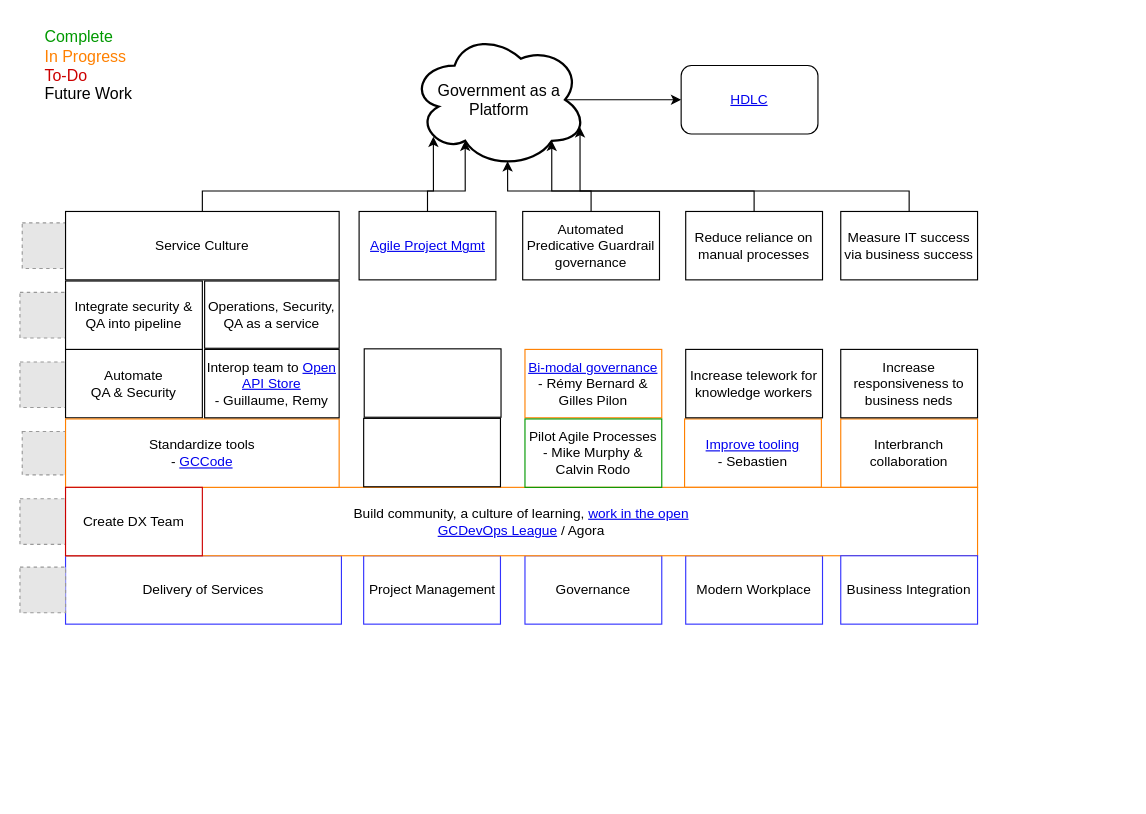
Above: Strategies/StrategySummary.drawio in sara-sabr/ITStrategy (draw.io), before the change. Source tidied: cells renumbered, new cells numbered last; positions are measured from the earlier drawing's top-left corner, leaving out a move shared by most shapes. Both pictures are drawn from the tidied source at 114%, with x=0, y=0 at pixel (19, 19). Pictures stored in the file or linked from it are replaced by grey dashed boxes.
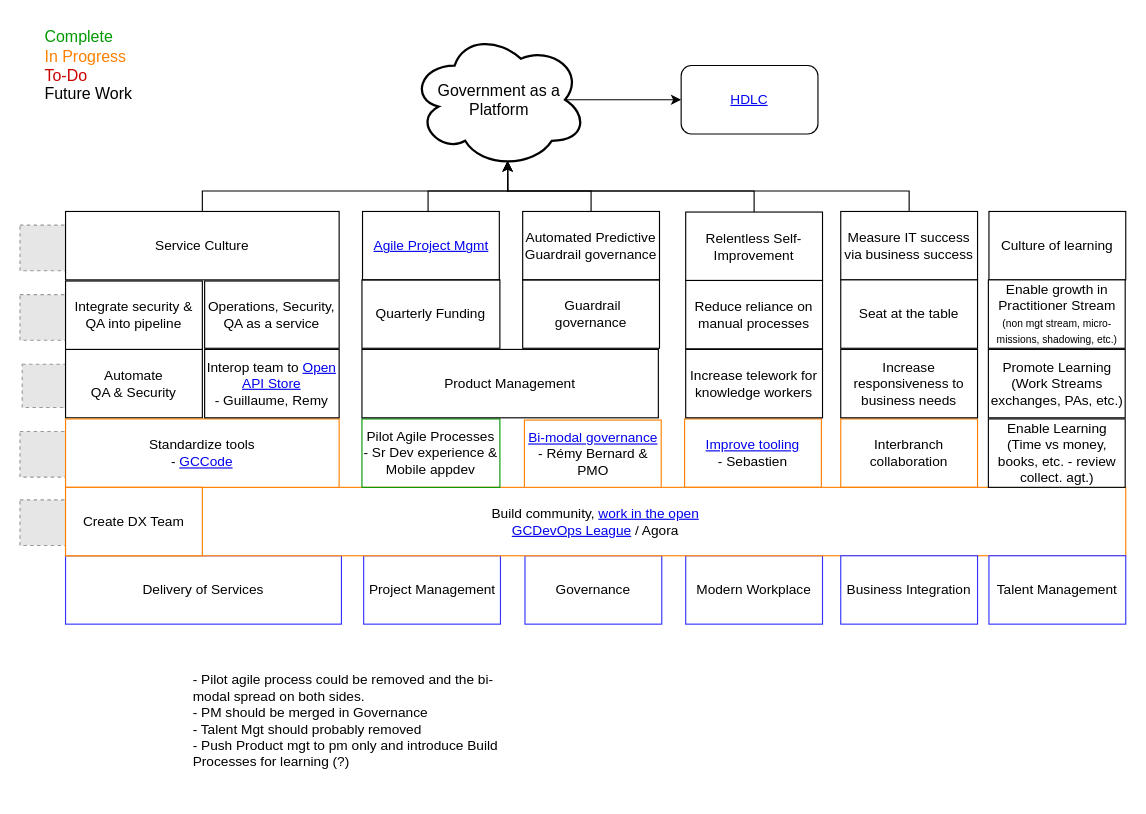
The same page after the edit.

Commit message:
Update based on meeting discussion

The change refers to these unchanged cells:
```xml
<mxCell id="3" value="Government as a Platform" style="ellipse;shape=cloud;strokeWidth=2;fontSize=14;whiteSpace=wrap;html=1;align=center;" parent="1" vertex="1">
  <mxGeometry x="342.5" y="10" width="155" height="120" as="geometry" />
</mxCell>
<mxCell id="29" value="Measure IT success via business success" style="rounded=0;whiteSpace=wrap;html=1;strokeColor=#000000;" parent="1" vertex="1">
  <mxGeometry x="720" y="168" width="120" height="60" as="geometry" />
</mxCell>
<mxCell id="32" value="&lt;div&gt;Service Culture&lt;/div&gt;" style="rounded=0;whiteSpace=wrap;html=1;strokeColor=#000000;" parent="1" vertex="1">
  <mxGeometry x="40" y="168" width="240" height="60" as="geometry" />
</mxCell>
```

The edit, as a diff of the source:
```diff
@@
-    <mxCell id="10" value="&lt;div&gt;&lt;a href=&quot;https://github.com/sara-sabr/ITStrategy/blob/master/Strategies/TransitionToPartner.md#6-adopt-a-bi-modal-governance-and-delivery&quot;&gt;Bi-modal governance&lt;/a&gt;&lt;/div&gt;&lt;div&gt;- Rémy Bernard &amp;amp;&lt;/div&gt;&lt;div&gt;Gilles Pilon&lt;br&gt;&lt;/div&gt;" style="rounded=0;whiteSpace=wrap;html=1;strokeColor=#FF8000;" parent="1" vertex="1">
-      <mxGeometry x="443" y="289" width="120" height="60" as="geometry" />
+    <mxCell id="10" value="&lt;div&gt;&lt;a href=&quot;https://github.com/sara-sabr/ITStrategy/blob/master/Strategies/TransitionToPartner.md#6-adopt-a-bi-modal-governance-and-delivery&quot;&gt;Bi-modal governance&lt;/a&gt;&lt;/div&gt;&lt;div&gt;- Rémy Bernard &amp;amp;&lt;/div&gt;&lt;div&gt;PMO&lt;/div&gt;" style="rounded=0;whiteSpace=wrap;html=1;strokeColor=#FF8000;" parent="1" vertex="1">
+      <mxGeometry x="442.5" y="351" width="120" height="60" as="geometry" />
     </mxCell>
     <mxCell id="11" style="fillColor=#E6E6E6;strokeColor=#999999;dashed=1;html=1;verticalAlign=top;verticalLabelPosition=bottom;labelBackgroundColor=#ffffff;" parent="1" vertex="1">
-      <mxGeometry y="480" width="40" height="40" as="geometry" />
+      <mxGeometry y="421" width="40" height="40" as="geometry" />
     </mxCell>
     <mxCell id="12" style="fillColor=#E6E6E6;strokeColor=#999999;dashed=1;html=1;verticalAlign=top;verticalLabelPosition=bottom;labelBackgroundColor=#ffffff;" parent="1" vertex="1">
-      <mxGeometry y="420" width="40" height="40" as="geometry" />
+      <mxGeometry y="361" width="40" height="40" as="geometry" />
     </mxCell>
     <mxCell id="13" style="fillColor=#E6E6E6;strokeColor=#999999;dashed=1;html=1;verticalAlign=top;verticalLabelPosition=bottom;labelBackgroundColor=#ffffff;" parent="1" vertex="1">
-      <mxGeometry x="2" y="361" width="38" height="38" as="geometry" />
+      <mxGeometry x="2" y="302" width="38" height="38" as="geometry" />
     </mxCell>
     <mxCell id="14" style="fillColor=#E6E6E6;strokeColor=#999999;dashed=1;html=1;verticalAlign=top;verticalLabelPosition=bottom;labelBackgroundColor=#ffffff;" parent="1" vertex="1">
-      <mxGeometry y="300" width="40" height="40" as="geometry" />
+      <mxGeometry y="241" width="40" height="40" as="geometry" />
     </mxCell>
     <mxCell id="15" style="fillColor=#E6E6E6;strokeColor=#999999;dashed=1;html=1;verticalAlign=top;verticalLabelPosition=bottom;labelBackgroundColor=#ffffff;" parent="1" vertex="1">
-      <mxGeometry y="239" width="40" height="40" as="geometry" />
+      <mxGeometry y="180" width="40" height="40" as="geometry" />
     </mxCell>
-    <mxCell id="16" style="fillColor=#E6E6E6;strokeColor=#999999;dashed=1;html=1;verticalAlign=top;verticalLabelPosition=bottom;labelBackgroundColor=#ffffff;" parent="1" vertex="1">
-      <mxGeometry x="2" y="178" width="40" height="40" as="geometry" />
-    </mxCell>
-    <mxCell id="17" value="&lt;div&gt;Build community, a culture of learning, &lt;a href=&quot;https://github.com/sara-sabr/ITStrategy/blob/master/Strategies/TransitionToPartner.md#7-transition-to-working-in-the-open-by-default&quot;&gt;work in the open&lt;/a&gt;&lt;br&gt;&lt;/div&gt;&lt;div&gt;&lt;a href=&quot;https://twitter.com/search?q=%23GCDevOpsLeague&amp;amp;src=tyah&quot;&gt;GCDevOps League&lt;/a&gt; / Agora&lt;br&gt;&lt;/div&gt;" style="rounded=0;whiteSpace=wrap;html=1;strokeColor=#FF8000;" parent="1" vertex="1">
-      <mxGeometry x="40" y="410" width="800" height="60" as="geometry" />
+    <mxCell id="17" value="&lt;div&gt;Build community, &lt;a href=&quot;https://github.com/sara-sabr/ITStrategy/blob/master/Strategies/TransitionToPartner.md#7-transition-to-working-in-the-open-by-default&quot;&gt;work in the open&lt;/a&gt;&lt;br&gt;&lt;/div&gt;&lt;div&gt;&lt;a href=&quot;https://twitter.com/search?q=%23GCDevOpsLeague&amp;amp;src=tyah&quot;&gt;GCDevOps League&lt;/a&gt; / Agora&lt;br&gt;&lt;/div&gt;" style="rounded=0;whiteSpace=wrap;html=1;strokeColor=#FF8000;" parent="1" vertex="1">
+      <mxGeometry x="40" y="410" width="930" height="60" as="geometry" />
     </mxCell>
-    <mxCell id="18" style="edgeStyle=orthogonalEdgeStyle;rounded=0;jettySize=auto;html=1;exitX=0.5;exitY=0;exitDx=0;exitDy=0;entryX=0.8;entryY=0.8;entryDx=0;entryDy=0;entryPerimeter=0;" parent="1" edge="1" source="19" target="3">
+    <mxCell id="18" style="edgeStyle=orthogonalEdgeStyle;rounded=0;jettySize=auto;html=1;entryX=0.55;entryY=0.95;entryDx=0;entryDy=0;entryPerimeter=0;exitX=0.5;exitY=0;exitDx=0;exitDy=0;" parent="1" edge="1" source="50" target="3">
       <mxGeometry relative="1" as="geometry">
         <Array as="points">
           <mxPoint x="644" y="150" />
-          <mxPoint x="466" y="150" />
+          <mxPoint x="428" y="150" />
         </Array>
       </mxGeometry>
     </mxCell>
     <mxCell id="19" value="Reduce reliance on manual processes" style="rounded=0;whiteSpace=wrap;html=1;strokeColor=#000000;" parent="1" vertex="1">
-      <mxGeometry x="584" y="168" width="120" height="60" as="geometry" />
+      <mxGeometry x="584" y="228.5" width="120" height="60" as="geometry" />
     </mxCell>
@@
-    <mxCell id="23" style="edgeStyle=orthogonalEdgeStyle;rounded=0;jettySize=auto;html=1;exitX=0.5;exitY=0;exitDx=0;exitDy=0;entryX=0.31;entryY=0.8;entryDx=0;entryDy=0;entryPerimeter=0;" parent="1" edge="1" source="24" target="3">
+    <mxCell id="23" style="edgeStyle=orthogonalEdgeStyle;rounded=0;jettySize=auto;html=1;exitX=0.5;exitY=0;exitDx=0;exitDy=0;entryX=0.55;entryY=0.95;entryDx=0;entryDy=0;entryPerimeter=0;" parent="1" edge="1" source="24" target="3">
       <mxGeometry relative="1" as="geometry">
         <Array as="points">
           <mxPoint x="358" y="150" />
-          <mxPoint x="391" y="150" />
+          <mxPoint x="428" y="150" />
         </Array>
       </mxGeometry>
     </mxCell>
     <mxCell id="24" value="&lt;a href=&quot;https://github.com/sara-sabr/ITStrategy/blob/master/Strategies/TransitionToPartner.md#5-shift-to-product-management&quot;&gt;Agile Project Mgmt&lt;br&gt;&lt;/a&gt;" style="rounded=0;whiteSpace=wrap;html=1;strokeColor=#000000;" parent="1" vertex="1">
-      <mxGeometry x="297.5" y="168" width="120" height="60" as="geometry" />
+      <mxGeometry x="300.5" y="168" width="120" height="60" as="geometry" />
     </mxCell>
@@
-    <mxCell id="28" style="edgeStyle=orthogonalEdgeStyle;rounded=0;jettySize=auto;html=1;exitX=0.5;exitY=0;exitDx=0;exitDy=0;entryX=0.96;entryY=0.7;entryDx=0;entryDy=0;entryPerimeter=0;" parent="1" edge="1" source="29" target="3">
+    <mxCell id="28" style="edgeStyle=orthogonalEdgeStyle;rounded=0;jettySize=auto;html=1;exitX=0.5;exitY=0;exitDx=0;exitDy=0;entryX=0.55;entryY=0.95;entryDx=0;entryDy=0;entryPerimeter=0;" parent="1" edge="1" source="29" target="3">
       <mxGeometry relative="1" as="geometry">
         <Array as="points">
           <mxPoint x="780" y="150" />
-          <mxPoint x="491" y="150" />
+          <mxPoint x="428" y="150" />
         </Array>
       </mxGeometry>
     </mxCell>
@@
-    <mxCell id="31" style="edgeStyle=orthogonalEdgeStyle;rounded=0;jettySize=auto;html=1;exitX=0.5;exitY=0;exitDx=0;exitDy=0;entryX=0.13;entryY=0.77;entryDx=0;entryDy=0;entryPerimeter=0;" parent="1" edge="1" source="32" target="3">
+    <mxCell id="31" style="edgeStyle=orthogonalEdgeStyle;rounded=0;jettySize=auto;html=1;exitX=0.5;exitY=0;exitDx=0;exitDy=0;entryX=0.55;entryY=0.95;entryDx=0;entryDy=0;entryPerimeter=0;" parent="1" edge="1" source="32" target="3">
       <mxGeometry relative="1" as="geometry">
         <Array as="points">
           <mxPoint x="160" y="150" />
-          <mxPoint x="363" y="150" />
+          <mxPoint x="428" y="150" />
         </Array>
       </mxGeometry>
     </mxCell>
@@
     <mxCell id="33" style="edgeStyle=orthogonalEdgeStyle;rounded=0;jettySize=auto;html=1;exitX=0.5;exitY=0;exitDx=0;exitDy=0;entryX=0.55;entryY=0.95;entryDx=0;entryDy=0;entryPerimeter=0;" parent="1" edge="1" source="34" target="3">
       <mxGeometry relative="1" as="geometry">
         <Array as="points">
           <mxPoint x="501" y="150" />
-          <mxPoint x="427" y="150" />
+          <mxPoint x="428" y="150" />
         </Array>
       </mxGeometry>
     </mxCell>
-    <mxCell id="34" value="Automated Predicative Guardrail governance" style="rounded=0;whiteSpace=wrap;html=1;strokeColor=#000000;fillColor=none;" parent="1" vertex="1">
+    <mxCell id="34" value="Automated Predictive Guardrail governance" style="rounded=0;whiteSpace=wrap;html=1;strokeColor=#000000;fillColor=none;" parent="1" vertex="1">
       <mxGeometry x="441" y="168" width="120" height="60" as="geometry" />
     </mxCell>
@@
-    <mxCell id="36" value="Increase responsiveness to business neds" style="rounded=0;whiteSpace=wrap;html=1;strokeColor=#000000;fillColor=none;" parent="1" vertex="1">
+    <mxCell id="36" value="Increase responsiveness to business needs" style="rounded=0;whiteSpace=wrap;html=1;strokeColor=#000000;fillColor=none;" parent="1" vertex="1">
       <mxGeometry x="720" y="289" width="120" height="60" as="geometry" />
     </mxCell>
@@
-    <mxCell id="38" style="rounded=0;whiteSpace=wrap;html=1;strokeColor=#000000;fillColor=none;" parent="1" vertex="1">
-      <mxGeometry x="301.5" y="349.5" width="120" height="60" as="geometry" />
-    </mxCell>
-    <mxCell id="39" value="&lt;div&gt;Pilot Agile Processes&lt;/div&gt;&lt;div&gt;- Mike Murphy &amp;amp; Calvin Rodo&lt;br&gt;&lt;/div&gt;" style="rounded=0;whiteSpace=wrap;html=1;strokeColor=#009900;fillColor=none;" parent="1" vertex="1">
-      <mxGeometry x="443" y="350" width="120" height="60" as="geometry" />
+    <mxCell id="39" value="&lt;div&gt;Pilot Agile Processes&lt;/div&gt;&lt;div&gt;- Sr Dev experience &amp;amp; Mobile appdev&lt;br&gt;&lt;/div&gt;" style="rounded=0;whiteSpace=wrap;html=1;strokeColor=#009900;fillColor=none;" parent="1" vertex="1">
+      <mxGeometry x="300" y="350" width="121" height="60" as="geometry" />
     </mxCell>
-    <mxCell id="40" style="rounded=0;whiteSpace=wrap;html=1;strokeColor=#000000;fillColor=none;" parent="1" vertex="1">
-      <mxGeometry x="302" y="288.5" width="120" height="60" as="geometry" />
+    <mxCell id="40" value="Product Management" style="rounded=0;whiteSpace=wrap;html=1;strokeColor=#000000;fillColor=none;" parent="1" vertex="1">
+      <mxGeometry x="300" y="289" width="260" height="60" as="geometry" />
     </mxCell>
-    <mxCell id="41" value="Create DX Team" style="rounded=0;whiteSpace=wrap;html=1;strokeColor=#CC0000;" parent="1" vertex="1">
+    <mxCell id="41" value="Create DX Team" style="rounded=0;whiteSpace=wrap;html=1;strokeColor=#FF8000;" parent="1" vertex="1">
       <mxGeometry x="40" y="410" width="120" height="60" as="geometry" />
     </mxCell>
+    <mxCell id="42" value="Seat at the table" style="rounded=0;whiteSpace=wrap;html=1;strokeColor=#000000;" parent="1" vertex="1">
+      <mxGeometry x="720" y="228" width="120" height="60" as="geometry" />
+    </mxCell>
+    <mxCell id="43" value="Talent Management" style="rounded=0;whiteSpace=wrap;html=1;strokeColor=#3333FF;" parent="1" vertex="1">
+      <mxGeometry x="850" y="470" width="120" height="60" as="geometry" />
+    </mxCell>
+    <mxCell id="44" value="&lt;span style=&quot;display: inline ; float: none ; background-color: transparent ; color: rgb(0 , 0 , 0) ; font-family: &amp;#34;helvetica&amp;#34; ; font-size: 12px ; font-style: normal ; font-variant: normal ; font-weight: 400 ; letter-spacing: normal ; text-align: center ; text-decoration: none ; text-indent: 0px ; text-transform: none ; white-space: normal ; word-spacing: 0px ; word-wrap: normal&quot;&gt;Culture of learning&lt;/span&gt;" style="rounded=0;whiteSpace=wrap;html=1;strokeColor=#000000;" parent="1" vertex="1">
+      <mxGeometry x="850" y="168" width="120" height="60" as="geometry" />
+    </mxCell>
+    <mxCell id="45" value="Enable growth in Practitioner Stream&lt;br&gt;&lt;font style=&quot;font-size: 9px&quot;&gt;(non mgt stream, micro-missions, shadowing, etc.)&lt;/font&gt;" style="rounded=0;whiteSpace=wrap;html=1;strokeColor=#000000;" parent="1" vertex="1">
+      <mxGeometry x="849.5" y="228" width="120" height="60" as="geometry" />
+    </mxCell>
+    <mxCell id="46" value="Enable Learning&lt;br&gt;(Time vs money, books, etc. - review collect. agt.)" style="rounded=0;whiteSpace=wrap;html=1;strokeColor=#000000;" parent="1" vertex="1">
+      <mxGeometry x="849.5" y="350" width="120" height="60" as="geometry" />
+    </mxCell>
+    <mxCell id="47" value="Promote Learning&lt;br&gt;(Work Streams exchanges, PAs, etc.)" style="rounded=0;whiteSpace=wrap;html=1;strokeColor=#000000;" parent="1" vertex="1">
+      <mxGeometry x="849.5" y="289" width="120" height="60" as="geometry" />
+    </mxCell>
+    <mxCell id="48" value="&amp;nbsp;Guardrail governance" style="rounded=0;whiteSpace=wrap;html=1;strokeColor=#000000;fillColor=none;" parent="1" vertex="1">
+      <mxGeometry x="441" y="228" width="120" height="60" as="geometry" />
+    </mxCell>
+    <mxCell id="49" value="Quarterly Funding" style="rounded=0;whiteSpace=wrap;html=1;strokeColor=#000000;fillColor=none;" parent="1" vertex="1">
+      <mxGeometry x="300" y="228" width="121" height="60" as="geometry" />
+    </mxCell>
+    <mxCell id="50" value="Relentless Self-Improvement" style="rounded=0;whiteSpace=wrap;html=1;strokeColor=#000000;" parent="1" vertex="1">
+      <mxGeometry x="584" y="168.5" width="120" height="60" as="geometry" />
+    </mxCell>
+    <mxCell id="51" value="&lt;div align=&quot;left&quot;&gt;- Pilot agile process could be removed and the bi-modal spread on both sides.&lt;/div&gt;&lt;div align=&quot;left&quot;&gt;- PM should be merged in Governance&lt;/div&gt;&lt;div align=&quot;left&quot;&gt;- Talent Mgt should probably removed&lt;/div&gt;&lt;div align=&quot;left&quot;&gt;- Push Product mgt to pm only and introduce Build Processes for learning (?)&lt;/div&gt;" style="text;html=1;strokeColor=none;fillColor=none;align=left;verticalAlign=middle;whiteSpace=wrap;rounded=0;" parent="1" vertex="1">
+      <mxGeometry x="150" y="550" width="290" height="130" as="geometry" />
+    </mxCell>
```
